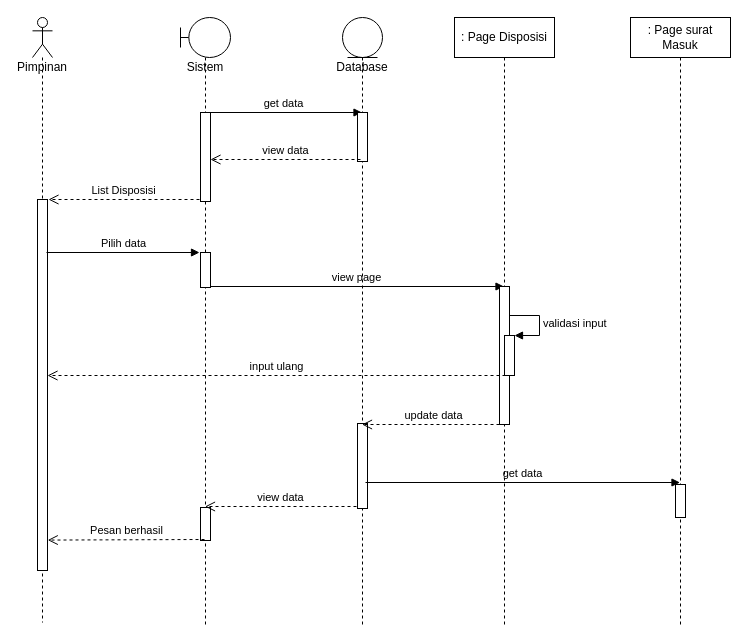
Above: page "disposisi" (3 of 3) of UML/FILE drawio/3. SEQUENCE DIAGRAM/SEQUENCE DIAGRAM.drawio in Rusadi-0/KULIAH (draw.io), before the change. Source tidied: cells renumbered, new cells numbered last; positions are measured from the earlier drawing's top-left corner, leaving out a move shared by most shapes. Both pictures are drawn from the tidied source at 100%, with x=0, y=0 at pixel (32, 17).
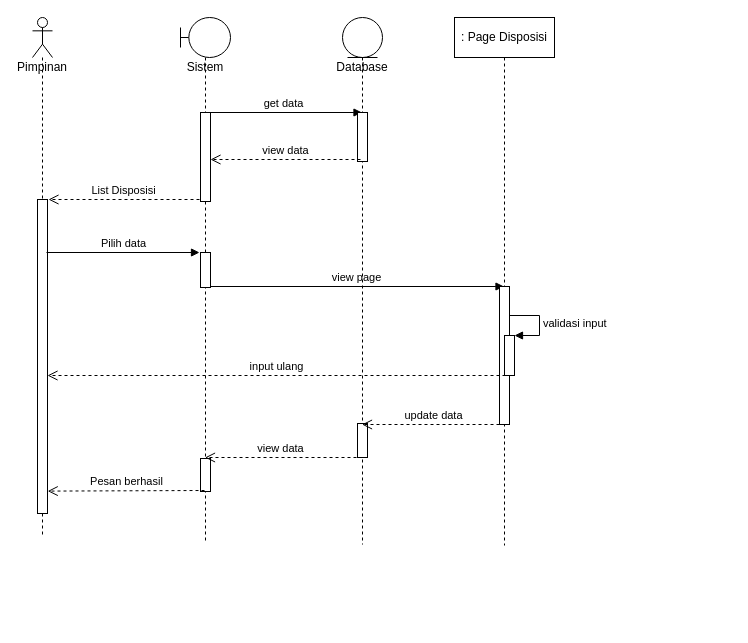
The same diagram, later.

Change to the diagram source:
```diff
@@
     <mxCell id="2" value="Pimpinan" style="shape=umlLifeline;participant=umlActor;perimeter=lifelinePerimeter;whiteSpace=wrap;html=1;verticalAlign=top;spacingTop=36;" parent="1" vertex="1">
-      <mxGeometry width="20" height="605" as="geometry" />
+      <mxGeometry width="20" height="518" as="geometry" />
     </mxCell>
     <mxCell id="3" style="html=1;points=[];perimeter=orthogonalPerimeter;" parent="2" vertex="1">
-      <mxGeometry x="5" y="182" width="10" height="371" as="geometry" />
+      <mxGeometry x="5" y="182" width="10" height="314" as="geometry" />
     </mxCell>
     <mxCell id="4" value="Sistem" style="shape=umlLifeline;participant=umlBoundary;perimeter=lifelinePerimeter;whiteSpace=wrap;html=1;verticalAlign=top;spacingTop=36;outlineConnect=0;" parent="1" vertex="1">
-      <mxGeometry x="148" width="50" height="608" as="geometry" />
+      <mxGeometry x="148" width="50" height="524" as="geometry" />
     </mxCell>
@@
     <mxCell id="9" style="html=1;perimeter=orthogonalPerimeter;" parent="4" vertex="1">
-      <mxGeometry x="20" y="490" width="10" height="33" as="geometry" />
+      <mxGeometry x="20" y="441" width="10" height="33" as="geometry" />
     </mxCell>
     <mxCell id="10" value="Database" style="shape=umlLifeline;participant=umlEntity;perimeter=lifelinePerimeter;whiteSpace=wrap;html=1;verticalAlign=top;spacingTop=36;outlineConnect=0;" parent="1" vertex="1">
-      <mxGeometry x="310" width="40" height="607" as="geometry" />
+      <mxGeometry x="310" width="40" height="527" as="geometry" />
     </mxCell>
@@
     <mxCell id="12" style="html=1;perimeter=orthogonalPerimeter;" parent="10" vertex="1">
-      <mxGeometry x="15" y="406" width="10" height="85" as="geometry" />
+      <mxGeometry x="15" y="406" width="10" height="34" as="geometry" />
     </mxCell>
-    <mxCell id="13" value="get data" style="html=1;verticalAlign=bottom;endArrow=block;rounded=0;" parent="10" edge="1" target="25">
-      <mxGeometry relative="1" as="geometry">
-        <mxPoint x="23" y="465" as="sourcePoint" />
-      </mxGeometry>
-    </mxCell>
     <mxCell id="14" value=": Page Disposisi" style="shape=umlLifeline;perimeter=lifelinePerimeter;whiteSpace=wrap;html=1;outlineConnect=0;" parent="1" vertex="1">
-      <mxGeometry x="422" width="100" height="607" as="geometry" />
+      <mxGeometry x="422" width="100" height="528" as="geometry" />
     </mxCell>
@@
-    <mxCell id="23" value="view data" style="html=1;verticalAlign=bottom;endArrow=open;dashed=1;endSize=8;rounded=0;" parent="1" edge="1" target="4">
+    <mxCell id="23" value="view data" style="html=1;verticalAlign=bottom;endArrow=open;dashed=1;endSize=8;rounded=0;" parent="1" edge="1">
       <mxGeometry relative="1" as="geometry">
-        <mxPoint x="324" y="489" as="sourcePoint" />
+        <mxPoint x="324" y="440" as="sourcePoint" />
+        <mxPoint x="172.5" y="440" as="targetPoint" />
       </mxGeometry>
     </mxCell>
-    <mxCell id="24" value="Pesan berhasil" style="html=1;verticalAlign=bottom;endArrow=open;dashed=1;endSize=8;rounded=0;entryX=1.025;entryY=0.918;entryDx=0;entryDy=0;entryPerimeter=0;" parent="1" edge="1" target="3">
+    <mxCell id="24" value="Pesan berhasil" style="html=1;verticalAlign=bottom;endArrow=open;dashed=1;endSize=8;rounded=0;entryX=1.025;entryY=0.918;entryDx=0;entryDy=0;entryPerimeter=0;" parent="1" edge="1">
       <mxGeometry relative="1" as="geometry">
-        <mxPoint x="172" y="522" as="sourcePoint" />
+        <mxPoint x="172" y="473" as="sourcePoint" />
+        <mxPoint x="15.2" y="473.6" as="targetPoint" />
       </mxGeometry>
     </mxCell>
-    <mxCell id="25" value=": Page surat Masuk" style="shape=umlLifeline;perimeter=lifelinePerimeter;whiteSpace=wrap;html=1;outlineConnect=0;" parent="1" vertex="1">
-      <mxGeometry x="598" width="100" height="608" as="geometry" />
-    </mxCell>
-    <mxCell id="26" style="html=1;perimeter=orthogonalPerimeter;" parent="25" vertex="1">
-      <mxGeometry x="45" y="467" width="10" height="33" as="geometry" />
-    </mxCell>
```
